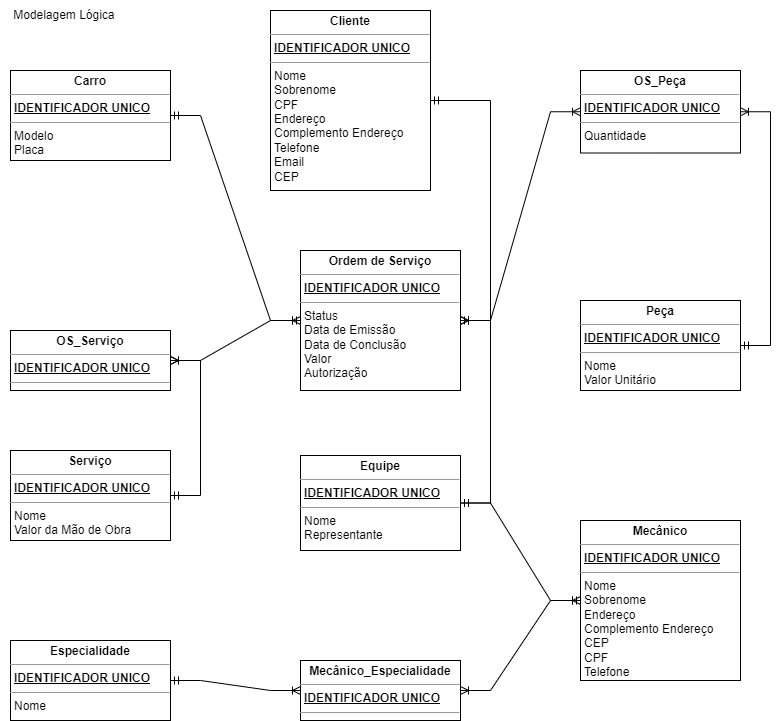
Earlier version of the draw.io export Banco de Dados/Projeto/Fluxogramas/Modelo Lógico.png (Texugo-928/ADA). Source tidied: cells renumbered, new cells last; positions are measured from the earlier drawing's top-left corner, leaving out a move shared by most shapes.
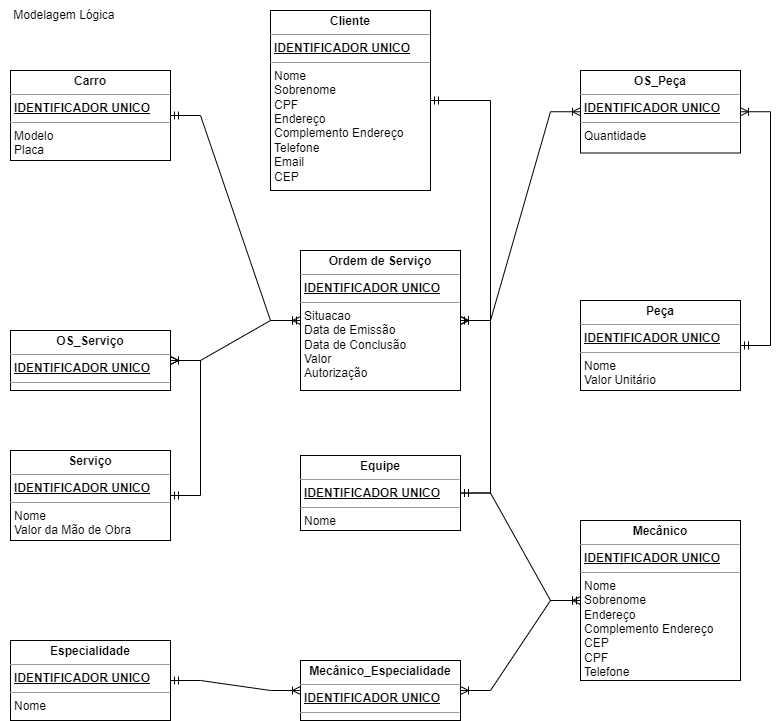
Above is the later version.

Diff of the diagram source:
```diff
@@ -8,7 +8,7 @@
     <mxCell id="3" value="&lt;p style=&quot;margin:0px;margin-top:4px;text-align:center;&quot;&gt;&lt;b&gt;Cliente&lt;/b&gt;&lt;/p&gt;&lt;hr size=&quot;1&quot;&gt;&lt;p style=&quot;margin:0px;margin-left:4px;&quot;&gt;&lt;b style=&quot;border-color: var(--border-color);&quot;&gt;&lt;u style=&quot;border-color: var(--border-color);&quot;&gt;IDENTIFICADOR UNICO&lt;/u&gt;&lt;/b&gt;&lt;br&gt;&lt;/p&gt;&lt;hr size=&quot;1&quot;&gt;&lt;p style=&quot;margin:0px;margin-left:4px;&quot;&gt;Nome&lt;/p&gt;&lt;p style=&quot;margin:0px;margin-left:4px;&quot;&gt;Sobrenome&lt;/p&gt;&lt;p style=&quot;margin:0px;margin-left:4px;&quot;&gt;CPF&lt;/p&gt;&lt;p style=&quot;margin:0px;margin-left:4px;&quot;&gt;Endereço&lt;/p&gt;&lt;p style=&quot;margin:0px;margin-left:4px;&quot;&gt;Complemento Endereço&lt;/p&gt;&lt;p style=&quot;margin:0px;margin-left:4px;&quot;&gt;Telefone&lt;/p&gt;&lt;p style=&quot;margin:0px;margin-left:4px;&quot;&gt;Email&lt;/p&gt;&lt;p style=&quot;margin:0px;margin-left:4px;&quot;&gt;CEP&lt;/p&gt;&lt;p style=&quot;margin:0px;margin-left:4px;&quot;&gt;&lt;br&gt;&lt;/p&gt;" style="verticalAlign=top;align=left;overflow=fill;fontSize=12;fontFamily=Helvetica;html=1;" parent="1" vertex="1">
       <mxGeometry x="270" y="10" width="160" height="180" as="geometry" />
     </mxCell>
-    <mxCell id="4" value="&lt;p style=&quot;margin:0px;margin-top:4px;text-align:center;&quot;&gt;&lt;b&gt;Ordem de Serviço&lt;/b&gt;&lt;/p&gt;&lt;hr size=&quot;1&quot;&gt;&lt;p style=&quot;margin:0px;margin-left:4px;&quot;&gt;&lt;b&gt;&lt;u&gt;IDENTIFICADOR UNICO&lt;/u&gt;&lt;/b&gt;&lt;/p&gt;&lt;hr size=&quot;1&quot;&gt;&lt;p style=&quot;margin:0px;margin-left:4px;&quot;&gt;&lt;span style=&quot;background-color: initial;&quot;&gt;Status&lt;/span&gt;&lt;br&gt;&lt;/p&gt;&lt;p style=&quot;margin:0px;margin-left:4px;&quot;&gt;Data de Emissão&lt;/p&gt;&lt;p style=&quot;margin:0px;margin-left:4px;&quot;&gt;Data de Conclusão&lt;/p&gt;&lt;p style=&quot;margin:0px;margin-left:4px;&quot;&gt;Valor&lt;br&gt;&lt;/p&gt;&lt;p style=&quot;margin:0px;margin-left:4px;&quot;&gt;Autorização&lt;/p&gt;&lt;p style=&quot;margin:0px;margin-left:4px;&quot;&gt;&lt;br&gt;&lt;/p&gt;" style="verticalAlign=top;align=left;overflow=fill;fontSize=12;fontFamily=Helvetica;html=1;" parent="1" vertex="1">
+    <mxCell id="4" value="&lt;p style=&quot;margin:0px;margin-top:4px;text-align:center;&quot;&gt;&lt;b&gt;Ordem de Serviço&lt;/b&gt;&lt;/p&gt;&lt;hr size=&quot;1&quot;&gt;&lt;p style=&quot;margin:0px;margin-left:4px;&quot;&gt;&lt;b&gt;&lt;u&gt;IDENTIFICADOR UNICO&lt;/u&gt;&lt;/b&gt;&lt;/p&gt;&lt;hr size=&quot;1&quot;&gt;&lt;p style=&quot;margin:0px;margin-left:4px;&quot;&gt;&lt;span style=&quot;background-color: initial;&quot;&gt;Situacao&lt;/span&gt;&lt;br&gt;&lt;/p&gt;&lt;p style=&quot;margin:0px;margin-left:4px;&quot;&gt;Data de Emissão&lt;/p&gt;&lt;p style=&quot;margin:0px;margin-left:4px;&quot;&gt;Data de Conclusão&lt;/p&gt;&lt;p style=&quot;margin:0px;margin-left:4px;&quot;&gt;Valor&lt;br&gt;&lt;/p&gt;&lt;p style=&quot;margin:0px;margin-left:4px;&quot;&gt;Autorização&lt;/p&gt;&lt;p style=&quot;margin:0px;margin-left:4px;&quot;&gt;&lt;br&gt;&lt;/p&gt;" style="verticalAlign=top;align=left;overflow=fill;fontSize=12;fontFamily=Helvetica;html=1;" parent="1" vertex="1">
       <mxGeometry x="300" y="250" width="160" height="140" as="geometry" />
     </mxCell>
     <mxCell id="5" value="&lt;p style=&quot;margin:0px;margin-top:4px;text-align:center;&quot;&gt;&lt;b&gt;OS_Peça&lt;/b&gt;&lt;/p&gt;&lt;hr size=&quot;1&quot;&gt;&lt;p style=&quot;margin:0px;margin-left:4px;&quot;&gt;&lt;b&gt;&lt;u&gt;IDENTIFICADOR UNICO&lt;/u&gt;&lt;/b&gt;&lt;/p&gt;&lt;hr size=&quot;1&quot;&gt;&lt;p style=&quot;margin:0px;margin-left:4px;&quot;&gt;Quantidade&lt;/p&gt;&lt;p style=&quot;margin:0px;margin-left:4px;&quot;&gt;&lt;br&gt;&lt;/p&gt;" style="verticalAlign=top;align=left;overflow=fill;fontSize=12;fontFamily=Helvetica;html=1;" parent="1" vertex="1">
@@ -32,8 +32,8 @@
     <mxCell id="11" value="&lt;p style=&quot;margin:0px;margin-top:4px;text-align:center;&quot;&gt;&lt;b&gt;Serviço&lt;/b&gt;&lt;/p&gt;&lt;hr size=&quot;1&quot;&gt;&lt;p style=&quot;margin:0px;margin-left:4px;&quot;&gt;&lt;b&gt;&lt;u&gt;IDENTIFICADOR UNICO&lt;/u&gt;&lt;/b&gt;&lt;/p&gt;&lt;hr size=&quot;1&quot;&gt;&lt;p style=&quot;margin:0px;margin-left:4px;&quot;&gt;Nome&lt;/p&gt;&lt;p style=&quot;margin:0px;margin-left:4px;&quot;&gt;&lt;span style=&quot;background-color: initial;&quot;&gt;Valor da Mão de Obra&lt;/span&gt;&lt;/p&gt;" style="verticalAlign=top;align=left;overflow=fill;fontSize=12;fontFamily=Helvetica;html=1;" parent="1" vertex="1">
       <mxGeometry x="10" y="450" width="160" height="90" as="geometry" />
     </mxCell>
-    <mxCell id="12" value="&lt;p style=&quot;margin:0px;margin-top:4px;text-align:center;&quot;&gt;&lt;b&gt;Equipe&lt;/b&gt;&lt;/p&gt;&lt;hr size=&quot;1&quot;&gt;&lt;p style=&quot;margin:0px;margin-left:4px;&quot;&gt;&lt;b&gt;&lt;u&gt;IDENTIFICADOR UNICO&lt;/u&gt;&lt;/b&gt;&lt;/p&gt;&lt;hr size=&quot;1&quot;&gt;&lt;p style=&quot;margin:0px;margin-left:4px;&quot;&gt;Nome&lt;/p&gt;&lt;p style=&quot;margin:0px;margin-left:4px;&quot;&gt;&lt;span style=&quot;background-color: initial;&quot;&gt;Representante&lt;/span&gt;&lt;/p&gt;" style="verticalAlign=top;align=left;overflow=fill;fontSize=12;fontFamily=Helvetica;html=1;" parent="1" vertex="1">
-      <mxGeometry x="300" y="455" width="160" height="95" as="geometry" />
+    <mxCell id="12" value="&lt;p style=&quot;margin:0px;margin-top:4px;text-align:center;&quot;&gt;&lt;b&gt;Equipe&lt;/b&gt;&lt;/p&gt;&lt;hr size=&quot;1&quot;&gt;&lt;p style=&quot;margin:0px;margin-left:4px;&quot;&gt;&lt;b&gt;&lt;u&gt;IDENTIFICADOR UNICO&lt;/u&gt;&lt;/b&gt;&lt;/p&gt;&lt;hr size=&quot;1&quot;&gt;&lt;p style=&quot;margin:0px;margin-left:4px;&quot;&gt;Nome&lt;/p&gt;&lt;p style=&quot;margin:0px;margin-left:4px;&quot;&gt;&lt;br&gt;&lt;/p&gt;" style="verticalAlign=top;align=left;overflow=fill;fontSize=12;fontFamily=Helvetica;html=1;" parent="1" vertex="1">
+      <mxGeometry x="300" y="455" width="160" height="75" as="geometry" />
     </mxCell>
     <mxCell id="13" value="&lt;p style=&quot;margin:0px;margin-top:4px;text-align:center;&quot;&gt;&lt;b&gt;Mecânico&lt;/b&gt;&lt;/p&gt;&lt;hr size=&quot;1&quot;&gt;&lt;p style=&quot;margin:0px;margin-left:4px;&quot;&gt;&lt;u style=&quot;border-color: var(--border-color); font-weight: 700;&quot;&gt;IDENTIFICADOR UNICO&lt;/u&gt;&lt;/p&gt;&lt;hr size=&quot;1&quot;&gt;&lt;p style=&quot;margin:0px;margin-left:4px;&quot;&gt;Nome&lt;/p&gt;&lt;p style=&quot;margin:0px;margin-left:4px;&quot;&gt;Sobrenome&lt;/p&gt;&lt;p style=&quot;border-color: var(--border-color); margin: 0px 0px 0px 4px;&quot;&gt;Endereço&lt;/p&gt;&lt;p style=&quot;border-color: var(--border-color); margin: 0px 0px 0px 4px;&quot;&gt;Complemento Endereço&lt;/p&gt;&lt;p style=&quot;border-color: var(--border-color); margin: 0px 0px 0px 4px;&quot;&gt;&lt;span style=&quot;background-color: initial;&quot;&gt;CEP&lt;/span&gt;&lt;br&gt;&lt;/p&gt;&lt;p style=&quot;border-color: var(--border-color); margin: 0px 0px 0px 4px;&quot;&gt;&lt;span style=&quot;background-color: initial;&quot;&gt;CPF&lt;/span&gt;&lt;/p&gt;&lt;p style=&quot;border-color: var(--border-color); margin: 0px 0px 0px 4px;&quot;&gt;Telefone&lt;span style=&quot;background-color: initial;&quot;&gt;&lt;br&gt;&lt;/span&gt;&lt;/p&gt;" style="verticalAlign=top;align=left;overflow=fill;fontSize=12;fontFamily=Helvetica;html=1;" parent="1" vertex="1">
       <mxGeometry x="580" y="520" width="160" height="160" as="geometry" />
```
